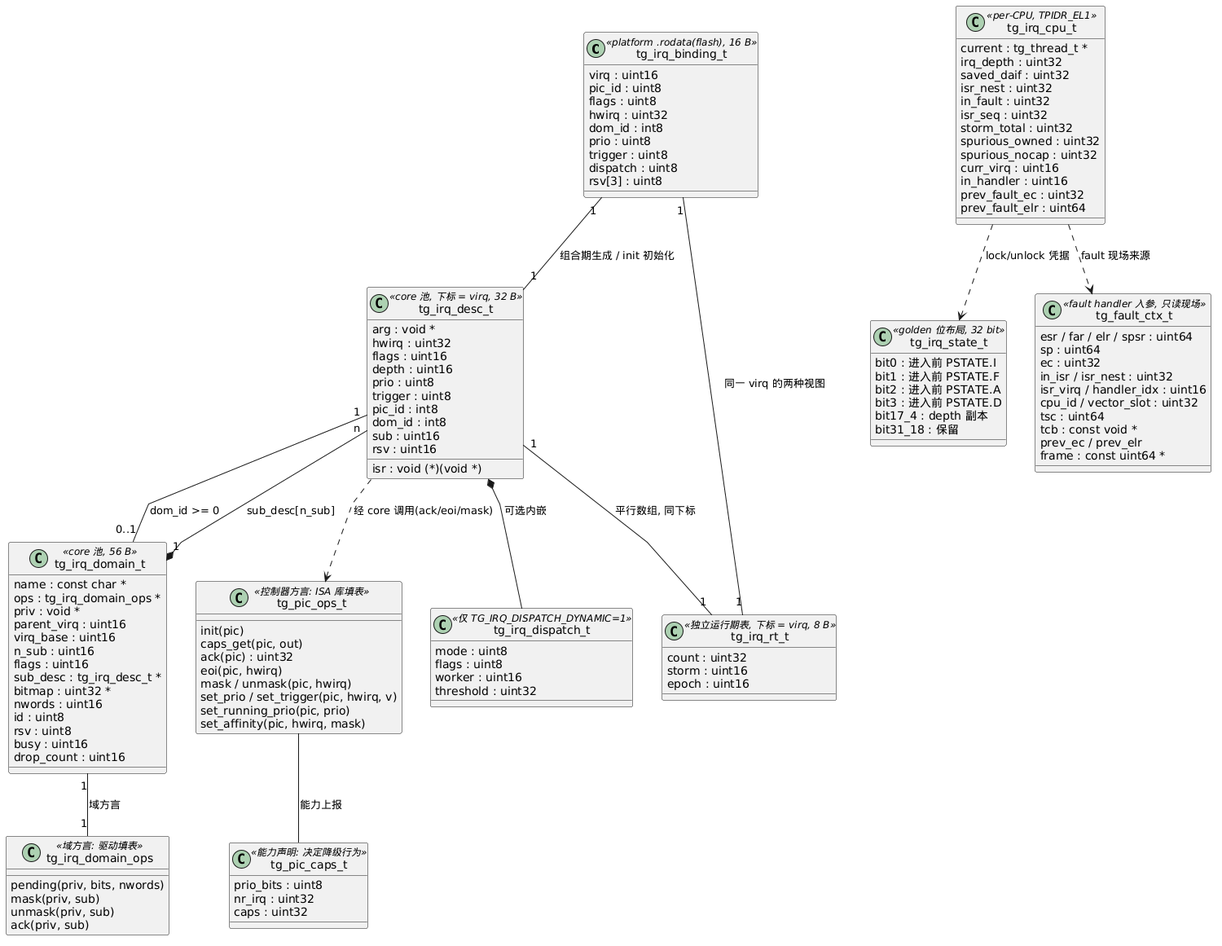
This is docs/3-os-core/pics/3-02-int-02.png from zhuyh4n9/brickOS, a PlantUML export, as it was before one commit. The source it was exported from:
```plantuml
@startuml

skinparam classAttributeIconSize 0
skinparam shadowing false
skinparam linetype polyline

class tg_irq_binding_t <<platform .rodata(flash), 16 B>> {
  virq : uint16
  pic_id : uint8
  flags : uint8
  hwirq : uint32
  dom_id : int8
  prio : uint8
  trigger : uint8
  dispatch : uint8
  rsv[3] : uint8
}

class tg_irq_desc_t <<core 池, 下标 = virq, 32 B>> {
  isr : void (*)(void *)
  arg : void *
  hwirq : uint32
  flags : uint16
  depth : uint16
  prio : uint8
  trigger : uint8
  pic_id : int8
  dom_id : int8
  sub : uint16
  rsv : uint16
}

class tg_irq_rt_t <<独立运行期表, 下标 = virq, 8 B>> {
  count : uint32
  storm : uint16
  epoch : uint16
}

class tg_irq_domain_t <<core 池, 56 B>> {
  name : const char *
  ops : tg_irq_domain_ops *
  priv : void *
  parent_virq : uint16
  virq_base : uint16
  n_sub : uint16
  flags : uint16
  sub_desc : tg_irq_desc_t *
  bitmap : uint32 *
  nwords : uint16
  id : uint8
  rsv : uint8
  busy : uint16
  drop_count : uint16
}

class tg_irq_domain_ops <<域方言: 驱动填表>> {
  pending(priv, bits, nwords)
  mask(priv, sub)
  unmask(priv, sub)
  ack(priv, sub)
}

class tg_pic_ops_t <<控制器方言: ISA 库填表>> {
  init(pic)
  caps_get(pic, out)
  ack(pic) : uint32
  eoi(pic, hwirq)
  mask / unmask(pic, hwirq)
  set_prio / set_trigger(pic, hwirq, v)
  set_running_prio(pic, prio)
  set_affinity(pic, hwirq, mask)
}

class tg_pic_caps_t <<能力声明: 决定降级行为>> {
  prio_bits : uint8
  nr_irq : uint32
  caps : uint32
}

class tg_irq_cpu_t <<per-CPU, TPIDR_EL1>> {
  current : tg_thread_t *
  irq_depth : uint32
  saved_daif : uint32
  isr_nest : uint32
  in_fault : uint32
  isr_seq : uint32
  storm_total : uint32
  spurious_owned : uint32
  spurious_nocap : uint32
  curr_virq : uint16
  in_handler : uint16
  prev_fault_ec : uint32
  prev_fault_elr : uint64
}

class tg_irq_state_t <<golden 位布局, 32 bit>> {
  bit0 : 进入前 PSTATE.I
  bit1 : 进入前 PSTATE.F
  bit2 : 进入前 PSTATE.A
  bit3 : 进入前 PSTATE.D
  bit17_4 : depth 副本
  bit31_18 : 保留
}

class tg_irq_dispatch_t <<仅 TG_IRQ_DISPATCH_DYNAMIC=1>> {
  mode : uint8
  flags : uint8
  worker : uint16
  threshold : uint32
}

class tg_fault_ctx_t <<fault handler 入参, 只读现场>> {
  esr / far / elr / spsr : uint64
  sp : uint64
  ec : uint32
  in_isr / isr_nest : uint32
  isr_virq / handler_idx : uint16
  cpu_id / vector_slot : uint32
  tsc : uint64
  tcb : const void *
  prev_ec / prev_elr
  frame : const uint64 *
}

tg_irq_binding_t "1" -- "1" tg_irq_desc_t : 组合期生成 / init 初始化
tg_irq_binding_t "1" -- "1" tg_irq_rt_t : 同一 virq 的两种视图
tg_irq_desc_t "1" -- "1" tg_irq_rt_t : 平行数组, 同下标
tg_irq_domain_t "1" *-- "n" tg_irq_desc_t : sub_desc[n_sub]
tg_irq_desc_t "1" -- "0..1" tg_irq_domain_t : dom_id >= 0
tg_irq_domain_t "1" -- "1" tg_irq_domain_ops : 域方言
tg_irq_desc_t ..> tg_pic_ops_t : 经 core 调用(ack/eoi/mask)
tg_pic_ops_t -- tg_pic_caps_t : 能力上报
tg_irq_desc_t *-- tg_irq_dispatch_t : 可选内嵌
tg_irq_cpu_t ..> tg_irq_state_t : lock/unlock 凭据
tg_irq_cpu_t ..> tg_fault_ctx_t : fault 现场来源
@enduml
```
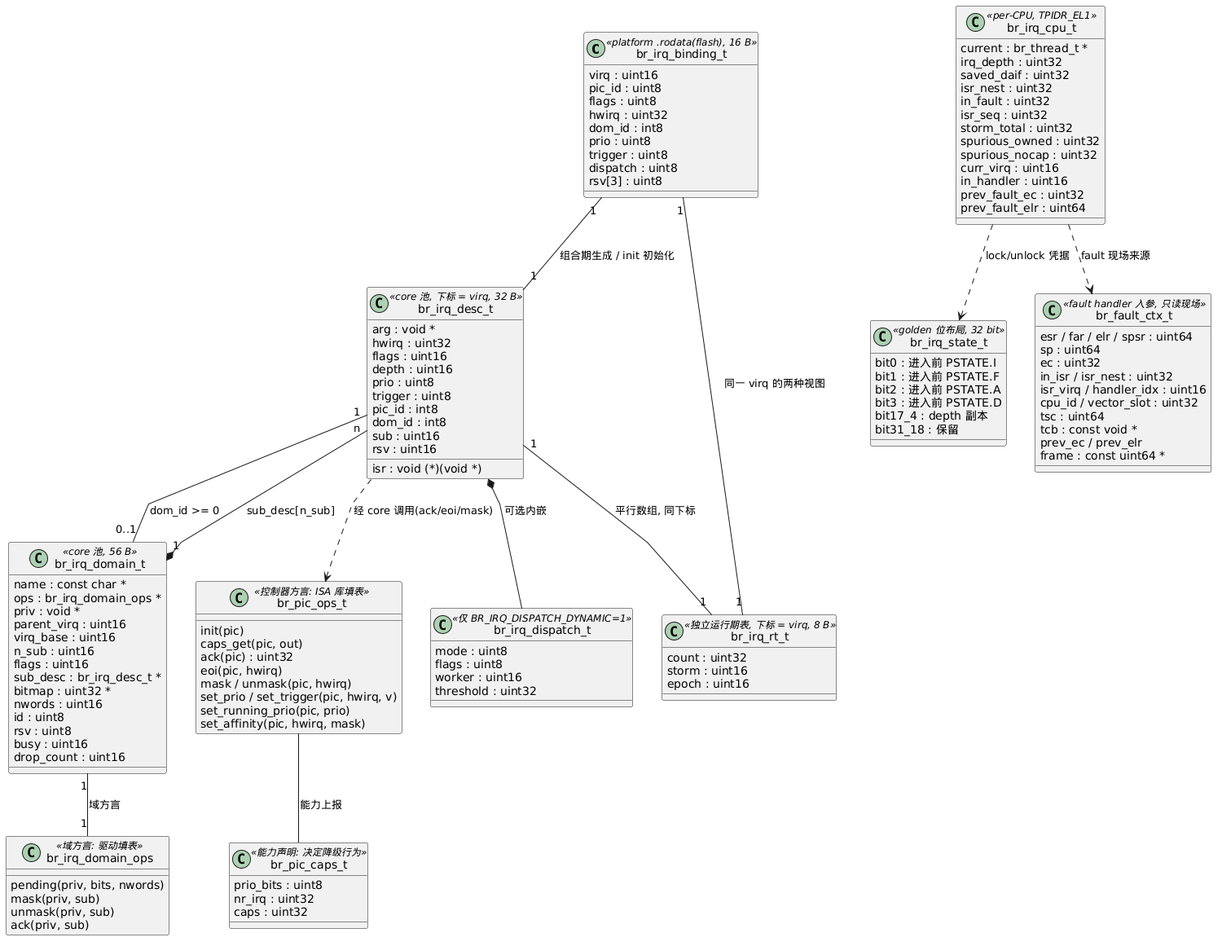
Above is the later version.

Change to the diagram source:
```diff
@@ -4,7 +4,7 @@
 skinparam shadowing false
 skinparam linetype polyline
 
-class tg_irq_binding_t <<platform .rodata(flash), 16 B>> {
+class br_irq_binding_t <<platform .rodata(flash), 16 B>> {
   virq : uint16
   pic_id : uint8
   flags : uint8
@@ -16,7 +16,7 @@
   rsv[3] : uint8
 }
 
-class tg_irq_desc_t <<core 池, 下标 = virq, 32 B>> {
+class br_irq_desc_t <<core 池, 下标 = virq, 32 B>> {
   isr : void (*)(void *)
   arg : void *
   hwirq : uint32
@@ -30,21 +30,21 @@
   rsv : uint16
 }
 
-class tg_irq_rt_t <<独立运行期表, 下标 = virq, 8 B>> {
+class br_irq_rt_t <<独立运行期表, 下标 = virq, 8 B>> {
   count : uint32
   storm : uint16
   epoch : uint16
 }
 
-class tg_irq_domain_t <<core 池, 56 B>> {
+class br_irq_domain_t <<core 池, 56 B>> {
   name : const char *
-  ops : tg_irq_domain_ops *
+  ops : br_irq_domain_ops *
   priv : void *
   parent_virq : uint16
   virq_base : uint16
   n_sub : uint16
   flags : uint16
-  sub_desc : tg_irq_desc_t *
+  sub_desc : br_irq_desc_t *
   bitmap : uint32 *
   nwords : uint16
   id : uint8
@@ -53,14 +53,14 @@
   drop_count : uint16
 }
 
-class tg_irq_domain_ops <<域方言: 驱动填表>> {
+class br_irq_domain_ops <<域方言: 驱动填表>> {
   pending(priv, bits, nwords)
   mask(priv, sub)
   unmask(priv, sub)
   ack(priv, sub)
 }
 
-class tg_pic_ops_t <<控制器方言: ISA 库填表>> {
+class br_pic_ops_t <<控制器方言: ISA 库填表>> {
   init(pic)
   caps_get(pic, out)
   ack(pic) : uint32
@@ -71,14 +71,14 @@
   set_affinity(pic, hwirq, mask)
 }
 
-class tg_pic_caps_t <<能力声明: 决定降级行为>> {
+class br_pic_caps_t <<能力声明: 决定降级行为>> {
   prio_bits : uint8
   nr_irq : uint32
   caps : uint32
 }
 
-class tg_irq_cpu_t <<per-CPU, TPIDR_EL1>> {
-  current : tg_thread_t *
+class br_irq_cpu_t <<per-CPU, TPIDR_EL1>> {
+  current : br_thread_t *
   irq_depth : uint32
   saved_daif : uint32
   isr_nest : uint32
@@ -93,7 +93,7 @@
   prev_fault_elr : uint64
 }
 
-class tg_irq_state_t <<golden 位布局, 32 bit>> {
+class br_irq_state_t <<golden 位布局, 32 bit>> {
   bit0 : 进入前 PSTATE.I
   bit1 : 进入前 PSTATE.F
   bit2 : 进入前 PSTATE.A
@@ -102,14 +102,14 @@
   bit31_18 : 保留
 }
 
-class tg_irq_dispatch_t <<仅 TG_IRQ_DISPATCH_DYNAMIC=1>> {
+class br_irq_dispatch_t <<仅 BR_IRQ_DISPATCH_DYNAMIC=1>> {
   mode : uint8
   flags : uint8
   worker : uint16
   threshold : uint32
 }
 
-class tg_fault_ctx_t <<fault handler 入参, 只读现场>> {
+class br_fault_ctx_t <<fault handler 入参, 只读现场>> {
   esr / far / elr / spsr : uint64
   sp : uint64
   ec : uint32
@@ -122,15 +122,15 @@
   frame : const uint64 *
 }
 
-tg_irq_binding_t "1" -- "1" tg_irq_desc_t : 组合期生成 / init 初始化
-tg_irq_binding_t "1" -- "1" tg_irq_rt_t : 同一 virq 的两种视图
-tg_irq_desc_t "1" -- "1" tg_irq_rt_t : 平行数组, 同下标
-tg_irq_domain_t "1" *-- "n" tg_irq_desc_t : sub_desc[n_sub]
-tg_irq_desc_t "1" -- "0..1" tg_irq_domain_t : dom_id >= 0
-tg_irq_domain_t "1" -- "1" tg_irq_domain_ops : 域方言
-tg_irq_desc_t ..> tg_pic_ops_t : 经 core 调用(ack/eoi/mask)
-tg_pic_ops_t -- tg_pic_caps_t : 能力上报
-tg_irq_desc_t *-- tg_irq_dispatch_t : 可选内嵌
-tg_irq_cpu_t ..> tg_irq_state_t : lock/unlock 凭据
-tg_irq_cpu_t ..> tg_fault_ctx_t : fault 现场来源
+br_irq_binding_t "1" -- "1" br_irq_desc_t : 组合期生成 / init 初始化
+br_irq_binding_t "1" -- "1" br_irq_rt_t : 同一 virq 的两种视图
+br_irq_desc_t "1" -- "1" br_irq_rt_t : 平行数组, 同下标
+br_irq_domain_t "1" *-- "n" br_irq_desc_t : sub_desc[n_sub]
+br_irq_desc_t "1" -- "0..1" br_irq_domain_t : dom_id >= 0
+br_irq_domain_t "1" -- "1" br_irq_domain_ops : 域方言
+br_irq_desc_t ..> br_pic_ops_t : 经 core 调用(ack/eoi/mask)
+br_pic_ops_t -- br_pic_caps_t : 能力上报
+br_irq_desc_t *-- br_irq_dispatch_t : 可选内嵌
+br_irq_cpu_t ..> br_irq_state_t : lock/unlock 凭据
+br_irq_cpu_t ..> br_fault_ctx_t : fault 现场来源
 @enduml
```
